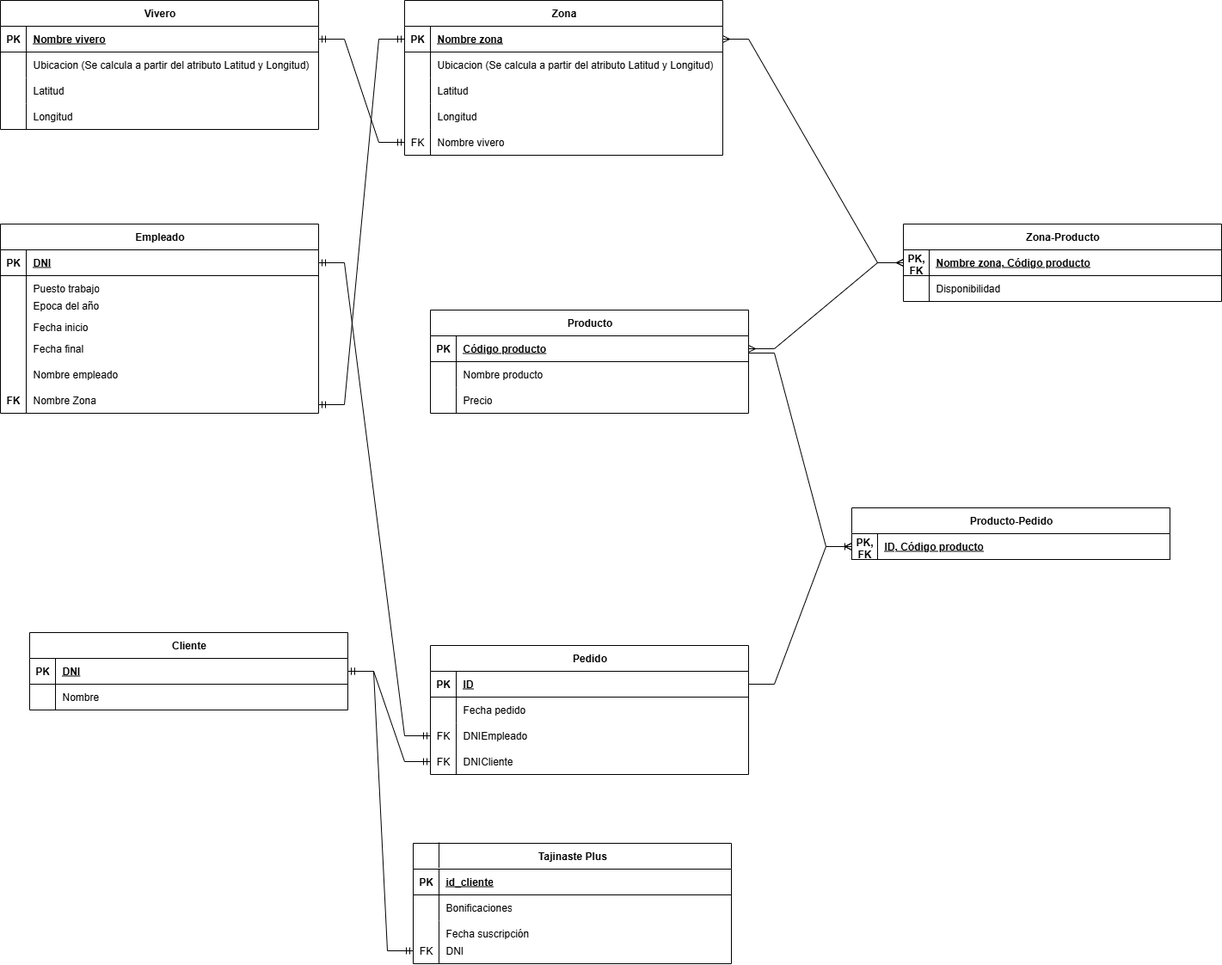
Earlier version of the draw.io export Modelo relacional Practica 4.drawio.png (alu0101517476/Practica-4-ADBD). Source tidied: cells renumbered, new cells last; positions are measured from the earlier drawing's top-left corner, leaving out a move shared by most shapes.
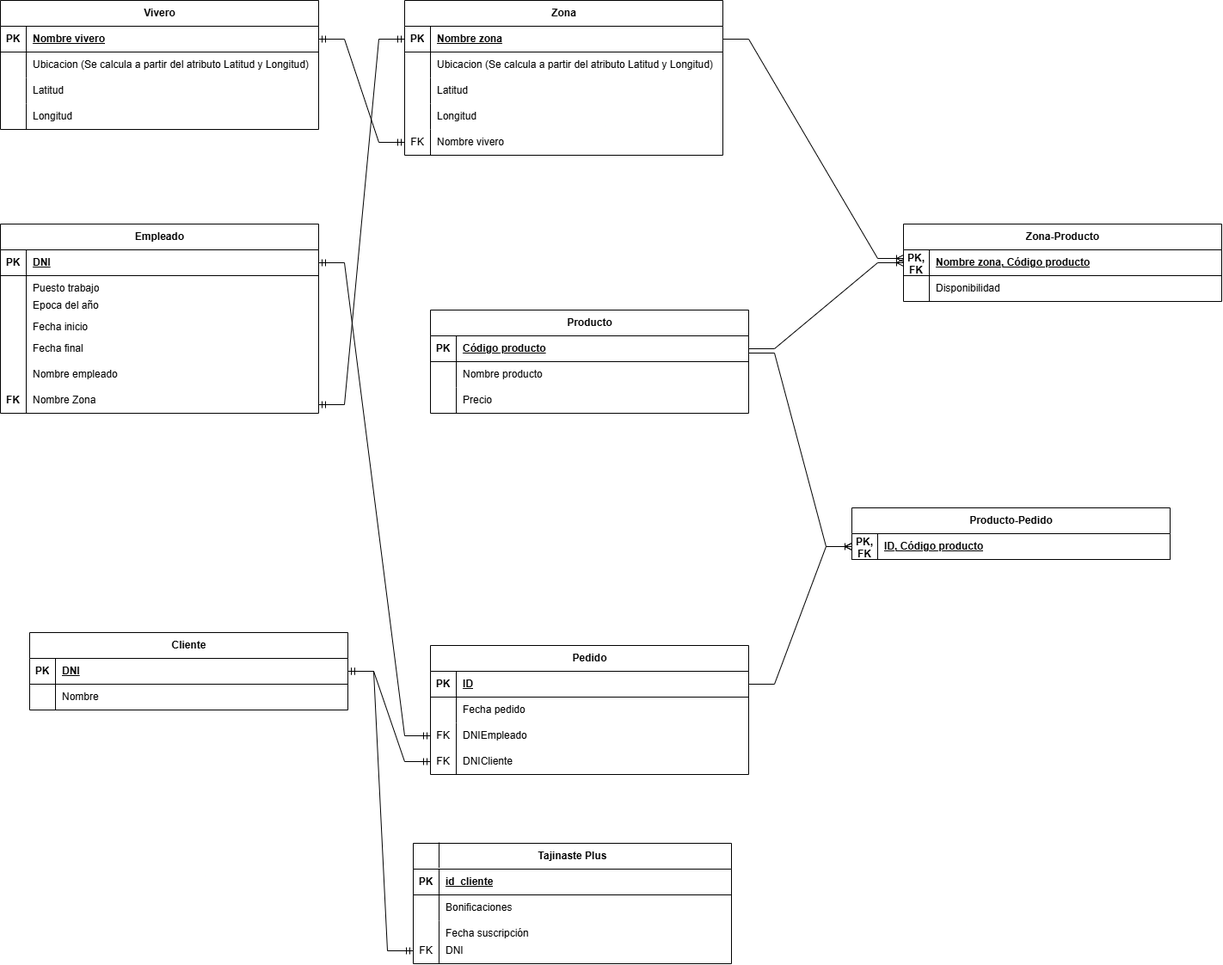
The same file after the commit.

Commit message:
Mejora diagrama

What changed in the source:
```diff
@@ -194,12 +194,6 @@
     <mxCell id="64" value="Fecha pedido" style="shape=partialRectangle;fillColor=none;top=0;left=0;bottom=0;right=0;align=left;spacingLeft=6;overflow=hidden;whiteSpace=wrap;html=1;" parent="62" vertex="1">
       <mxGeometry x="30" width="340" height="30" as="geometry" />
     </mxCell>
-    <mxCell id="65" style="edgeStyle=entityRelationEdgeStyle;fontSize=12;html=1;endArrow=ERmany;startArrow=ERmany;rounded=0;entryX=0;entryY=0.5;entryDx=0;entryDy=0;exitX=1;exitY=0.5;exitDx=0;exitDy=0;" parent="1" edge="1" source="45" target="38">
-      <mxGeometry relative="1" as="geometry" />
-    </mxCell>
-    <mxCell id="66" style="edgeStyle=entityRelationEdgeStyle;fontSize=12;html=1;endArrow=ERmany;startArrow=ERmany;rounded=0;entryX=0;entryY=0.5;entryDx=0;entryDy=0;exitX=1;exitY=0.5;exitDx=0;exitDy=0;" parent="1" edge="1" source="16" target="38">
-      <mxGeometry relative="1" as="geometry" />
-    </mxCell>
     <mxCell id="67" value="Cliente" style="shape=table;startSize=30;rowLines=0;fontStyle=1;align=center;html=1;" parent="1" vertex="1">
       <mxGeometry x="34" y="735" width="370" height="90" as="geometry" />
     </mxCell>
@@ -354,5 +348,13 @@
     <mxCell id="113" value="Puesto trabajo" style="shape=partialRectangle;fillColor=none;top=0;left=0;bottom=0;right=0;align=left;spacingLeft=6;overflow=hidden;whiteSpace=wrap;html=1;" parent="1" vertex="1">
       <mxGeometry x="30" y="320" width="340" height="30" as="geometry" />
     </mxCell>
+    <mxCell id="65" style="edgeStyle=entityRelationEdgeStyle;fontSize=12;html=1;endArrow=ERoneToMany;rounded=0;entryX=0;entryY=0.5;entryDx=0;entryDy=0;exitX=1;exitY=0.5;exitDx=0;exitDy=0;" parent="1" edge="1" source="45" target="38">
+      <mxGeometry relative="1" as="geometry" />
+    </mxCell>
+    <mxCell id="114" style="edgeStyle=entityRelationEdgeStyle;fontSize=12;html=1;endArrow=ERoneToMany;rounded=0;exitX=1;exitY=0.5;exitDx=0;exitDy=0;" parent="1" edge="1" source="16">
+      <mxGeometry relative="1" as="geometry">
+        <mxPoint x="1050" y="300" as="targetPoint" />
+      </mxGeometry>
+    </mxCell>
   </root>
 </mxGraphModel>
```
